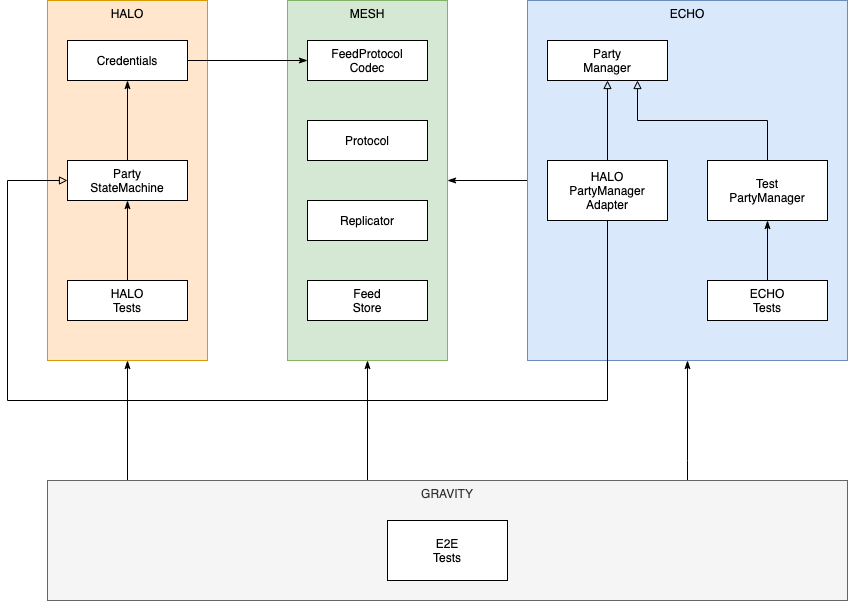
The draw.io diagram docs/content/diagrams/dependencies.png in dxos/dxos, before a commit. Source tidied: cells renumbered, new cells last; positions are measured from the earlier drawing's top-left corner, leaving out a move shared by most shapes.
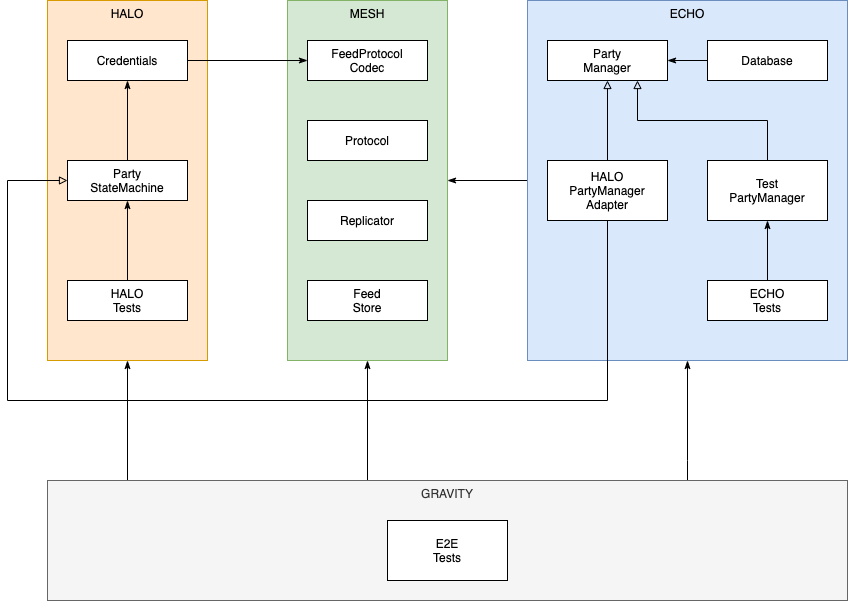
The same file after the commit.

Diff of the diagram source:
```diff
@@ -98,5 +98,11 @@
     <mxCell id="28" value="Credentials" style="rounded=0;whiteSpace=wrap;html=1;" parent="1" vertex="1">
       <mxGeometry x="60" y="40" width="120" height="40" as="geometry" />
     </mxCell>
+    <mxCell id="29" style="edgeStyle=orthogonalEdgeStyle;rounded=0;jettySize=auto;html=1;exitX=0;exitY=0.5;exitDx=0;exitDy=0;endArrow=classicThin;endFill=1;" parent="1" edge="1" source="30" target="8">
+      <mxGeometry relative="1" as="geometry" />
+    </mxCell>
+    <mxCell id="30" value="Database" style="rounded=0;whiteSpace=wrap;html=1;" parent="1" vertex="1">
+      <mxGeometry x="700" y="40" width="120" height="40" as="geometry" />
+    </mxCell>
   </root>
 </mxGraphModel>
```
